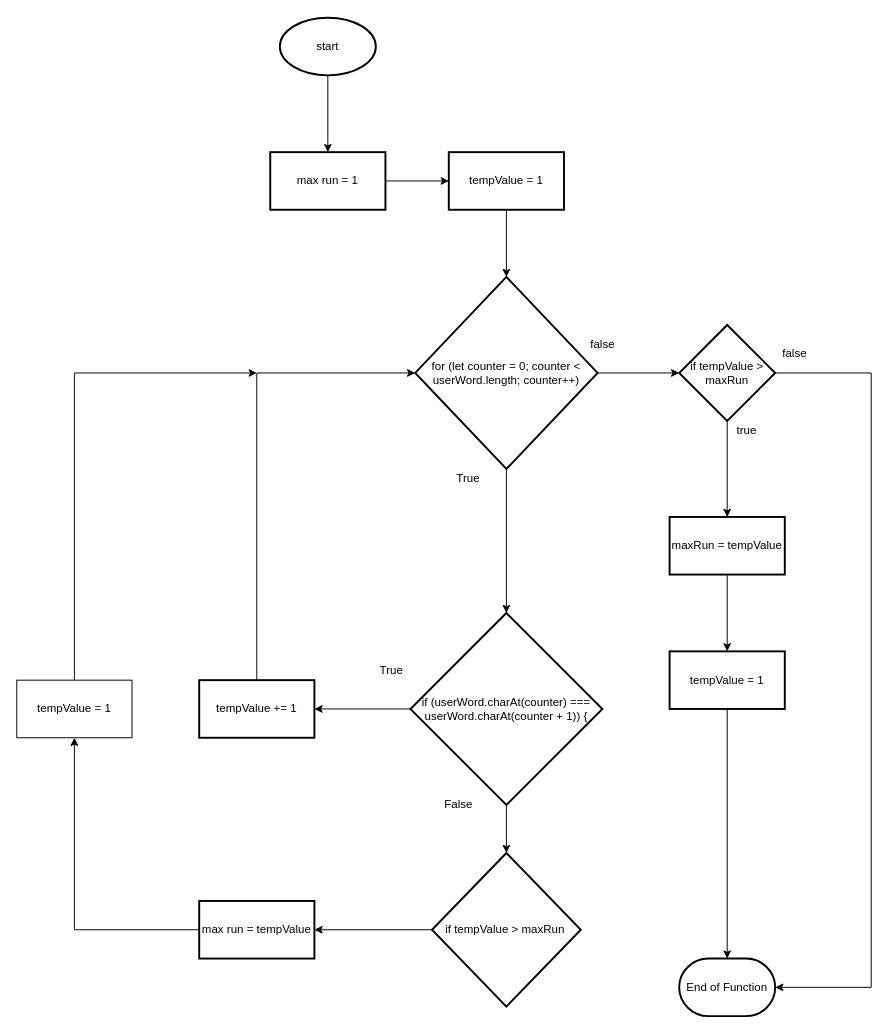
Emmanuel-Fofeyin/ICS4U-Assignment2-Typescript keeps this draw.io diagram as design/flowchart.drawio. Above is the earlier version. Source tidied: cells renumbered, new cells numbered last; positions are measured from the earlier drawing's top-left corner, leaving out a move shared by most shapes. Both pictures are drawn from the tidied source at 96%, with x=0, y=0 at pixel (16, 17).
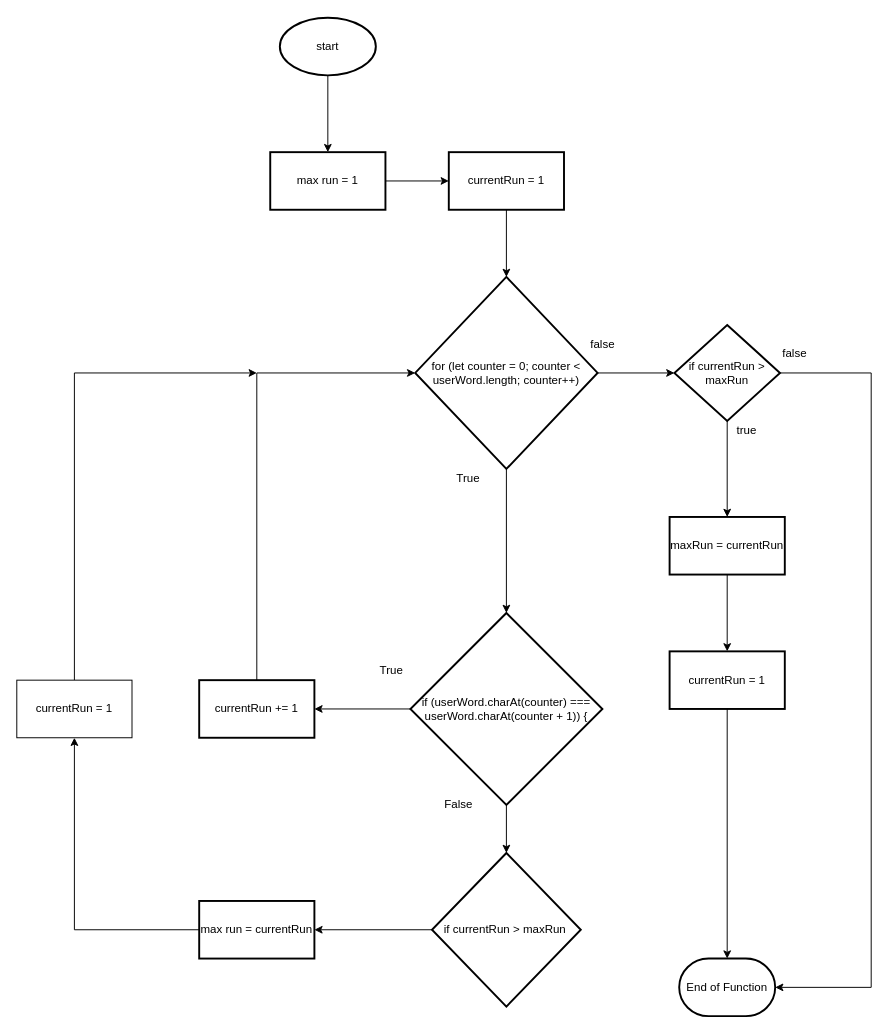
After the change.

Diff of the diagram source:
```diff
@@
-    <mxCell id="8" value="tempValue = 1" style="whiteSpace=wrap;html=1;strokeWidth=2;" parent="1" vertex="1">
+    <mxCell id="8" value="currentRun = 1" style="whiteSpace=wrap;html=1;strokeWidth=2;" parent="1" vertex="1">
       <mxGeometry x="450" y="140" width="120" height="60" as="geometry" />
     </mxCell>
@@
-    <mxCell id="16" value="tempValue += 1" style="whiteSpace=wrap;html=1;strokeWidth=2;" parent="1" vertex="1">
+    <mxCell id="16" value="currentRun += 1" style="whiteSpace=wrap;html=1;strokeWidth=2;" parent="1" vertex="1">
       <mxGeometry x="190" y="690" width="120" height="60" as="geometry" />
     </mxCell>
@@
-    <mxCell id="18" value="if tempValue &amp;gt; maxRun&amp;nbsp;" style="strokeWidth=2;html=1;shape=mxgraph.flowchart.decision;whiteSpace=wrap;" parent="1" vertex="1">
+    <mxCell id="18" value="if currentRun &amp;gt; maxRun&amp;nbsp;" style="strokeWidth=2;html=1;shape=mxgraph.flowchart.decision;whiteSpace=wrap;" parent="1" vertex="1">
       <mxGeometry x="432.5" y="870" width="155" height="160" as="geometry" />
     </mxCell>
@@
-    <mxCell id="23" value="max run = tempValue" style="whiteSpace=wrap;html=1;strokeWidth=2;" parent="1" vertex="1">
+    <mxCell id="23" value="max run = currentRun" style="whiteSpace=wrap;html=1;strokeWidth=2;" parent="1" vertex="1">
       <mxGeometry x="190" y="920" width="120" height="60" as="geometry" />
     </mxCell>
@@
-    <mxCell id="25" value="tempValue = 1" style="rounded=0;whiteSpace=wrap;html=1;" parent="1" vertex="1">
+    <mxCell id="25" value="currentRun = 1" style="rounded=0;whiteSpace=wrap;html=1;" parent="1" vertex="1">
       <mxGeometry y="690" width="120" height="60" as="geometry" />
     </mxCell>
@@
-    <mxCell id="28" value="if tempValue &amp;gt; maxRun" style="strokeWidth=2;html=1;shape=mxgraph.flowchart.decision;whiteSpace=wrap;" parent="1" vertex="1">
-      <mxGeometry x="690" y="320" width="100" height="100" as="geometry" />
+    <mxCell id="28" value="if currentRun &amp;gt; maxRun" style="strokeWidth=2;html=1;shape=mxgraph.flowchart.decision;whiteSpace=wrap;" parent="1" vertex="1">
+      <mxGeometry x="685" y="320" width="110" height="100" as="geometry" />
     </mxCell>
@@
-    <mxCell id="30" value="maxRun = tempValue" style="whiteSpace=wrap;html=1;strokeWidth=2;" parent="1" vertex="1">
+    <mxCell id="30" value="maxRun = currentRun" style="whiteSpace=wrap;html=1;strokeWidth=2;" parent="1" vertex="1">
       <mxGeometry x="680" y="520" width="120" height="60" as="geometry" />
     </mxCell>
@@
-    <mxCell id="32" value="tempValue = 1" style="whiteSpace=wrap;html=1;strokeWidth=2;" parent="1" vertex="1">
+    <mxCell id="32" value="currentRun = 1" style="whiteSpace=wrap;html=1;strokeWidth=2;" parent="1" vertex="1">
       <mxGeometry x="680" y="660" width="120" height="60" as="geometry" />
     </mxCell>
```
